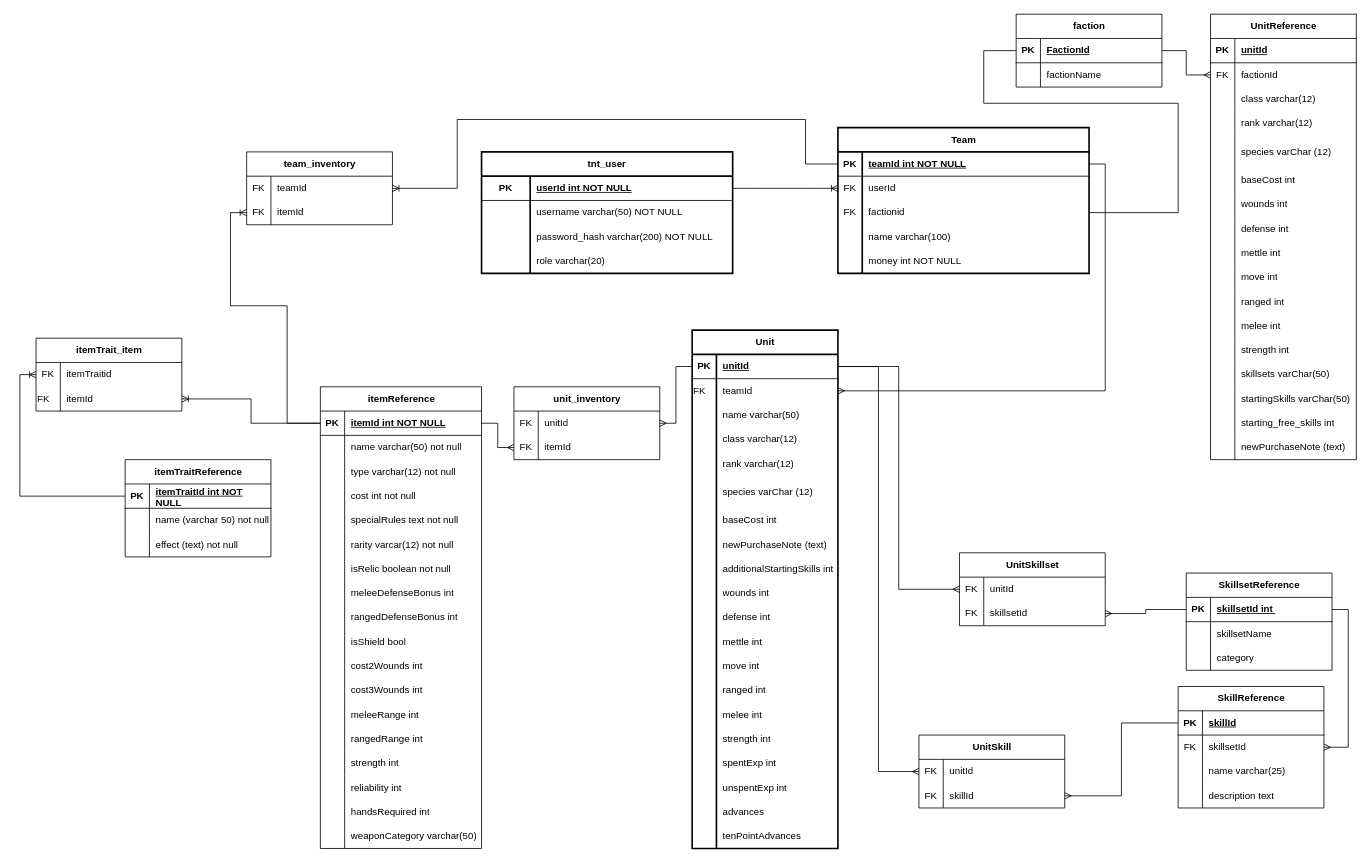
Above: TNT-Server/src/main/resources/databaseERD.drawio in kmeadows3/TnT-Team-Builder (draw.io), before the change. Source tidied: cells renumbered, new cells numbered last; positions are measured from the earlier drawing's top-left corner, leaving out a move shared by most shapes. Both pictures are drawn from the tidied source at 81%, with x=0, y=0 at pixel (36, 14).
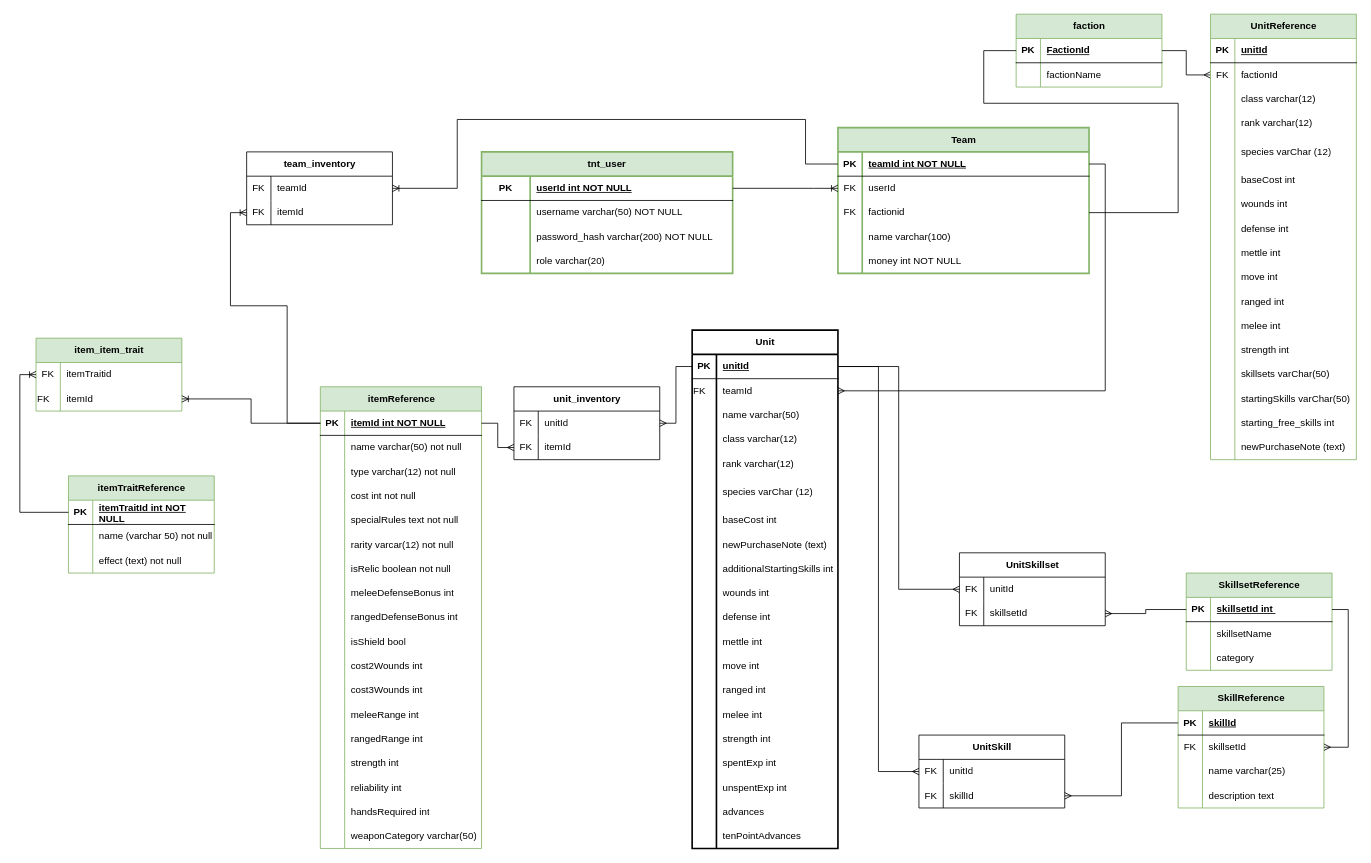
The same diagram, later.

Commit message (it also covers changes not shown here):
Added more tables to the database

What changed in the source:
```diff
@@
-    <mxCell id="2" value="tnt_user" style="shape=table;startSize=30;childLayout=tableLayout;rowLines=0;fontStyle=1;align=center;html=1;whiteSpace=wrap;strokeWidth=2;" parent="1" vertex="1">
+    <mxCell id="2" value="tnt_user" style="shape=table;startSize=30;childLayout=tableLayout;rowLines=0;fontStyle=1;align=center;html=1;whiteSpace=wrap;strokeWidth=2;fillColor=#d5e8d4;strokeColor=#82b366;" parent="1" vertex="1">
       <mxGeometry x="550" y="170" width="310" height="150" as="geometry" />
     </mxCell>
@@
-    <mxCell id="15" value="Team" style="shape=table;startSize=30;childLayout=tableLayout;rowLines=0;fontStyle=1;align=center;html=1;strokeWidth=2;" parent="1" vertex="1">
+    <mxCell id="15" value="Team" style="shape=table;startSize=30;childLayout=tableLayout;rowLines=0;fontStyle=1;align=center;html=1;strokeWidth=2;fillColor=#d5e8d4;strokeColor=#82b366;" parent="1" vertex="1">
       <mxGeometry x="990" y="140" width="310" height="180" as="geometry" />
     </mxCell>
@@
-    <mxCell id="40" value="itemReference" style="shape=table;startSize=30;childLayout=tableLayout;rowLines=0;fontStyle=1;align=center;html=1;" parent="1" vertex="1">
+    <mxCell id="40" value="itemReference" style="shape=table;startSize=30;childLayout=tableLayout;rowLines=0;fontStyle=1;align=center;html=1;fillColor=#d5e8d4;strokeColor=#82b366;" parent="1" vertex="1">
       <mxGeometry x="351" y="460" width="199" height="570" as="geometry" />
     </mxCell>
@@
-    <mxCell id="96" value="itemTraitReference" style="shape=table;startSize=30;childLayout=tableLayout;rowLines=0;fontStyle=1;align=center;html=1;" parent="1" vertex="1">
-      <mxGeometry x="110" y="550" width="180" height="120" as="geometry" />
+    <mxCell id="96" value="itemTraitReference" style="shape=table;startSize=30;childLayout=tableLayout;rowLines=0;fontStyle=1;align=center;html=1;fillColor=#d5e8d4;strokeColor=#82b366;" parent="1" vertex="1">
+      <mxGeometry x="40" y="570" width="180" height="120" as="geometry" />
     </mxCell>
@@
-    <mxCell id="106" value="itemTrait_item" style="shape=table;startSize=30;childLayout=tableLayout;rowLines=0;fontStyle=1;align=center;html=1;" parent="1" vertex="1">
+    <mxCell id="106" value="item_item_trait" style="shape=table;startSize=30;childLayout=tableLayout;rowLines=0;fontStyle=1;align=center;html=1;fillColor=#d5e8d4;strokeColor=#82b366;" parent="1" vertex="1">
       <mxGeometry y="400" width="180" height="90" as="geometry" />
     </mxCell>
@@
-    <mxCell id="186" value="faction" style="shape=table;startSize=30;childLayout=tableLayout;rowLines=0;fontStyle=1;align=center;html=1;" parent="1" vertex="1">
+    <mxCell id="186" value="faction" style="shape=table;startSize=30;childLayout=tableLayout;rowLines=0;fontStyle=1;align=center;html=1;fillColor=#d5e8d4;strokeColor=#82b366;" parent="1" vertex="1">
       <mxGeometry x="1210" width="180" height="90" as="geometry" />
     </mxCell>
@@
-    <mxCell id="202" value="SkillsetReference" style="shape=table;startSize=30;childLayout=tableLayout;rowLines=0;fontStyle=1;align=center;html=1;" parent="1" vertex="1">
+    <mxCell id="202" value="SkillsetReference" style="shape=table;startSize=30;childLayout=tableLayout;rowLines=0;fontStyle=1;align=center;html=1;fillColor=#d5e8d4;strokeColor=#82b366;" parent="1" vertex="1">
       <mxGeometry x="1420" y="690" width="180" height="120" as="geometry" />
     </mxCell>
@@
-    <mxCell id="214" value="SkillReference" style="shape=table;startSize=30;childLayout=tableLayout;rowLines=0;fontStyle=1;align=center;html=1;" parent="1" vertex="1">
+    <mxCell id="214" value="SkillReference" style="shape=table;startSize=30;childLayout=tableLayout;rowLines=0;fontStyle=1;align=center;html=1;fillColor=#d5e8d4;strokeColor=#82b366;" parent="1" vertex="1">
       <mxGeometry x="1410" y="830" width="180" height="150" as="geometry" />
     </mxCell>
@@
-    <mxCell id="237" value="UnitReference" style="shape=table;startSize=30;childLayout=tableLayout;rowLines=0;fontStyle=1;align=center;html=1;strokeWidth=1;" parent="1" vertex="1">
+    <mxCell id="237" value="UnitReference" style="shape=table;startSize=30;childLayout=tableLayout;rowLines=0;fontStyle=1;align=center;html=1;strokeWidth=1;fillColor=#d5e8d4;strokeColor=#82b366;" parent="1" vertex="1">
       <mxGeometry x="1450" width="180" height="550" as="geometry" />
     </mxCell>
```
